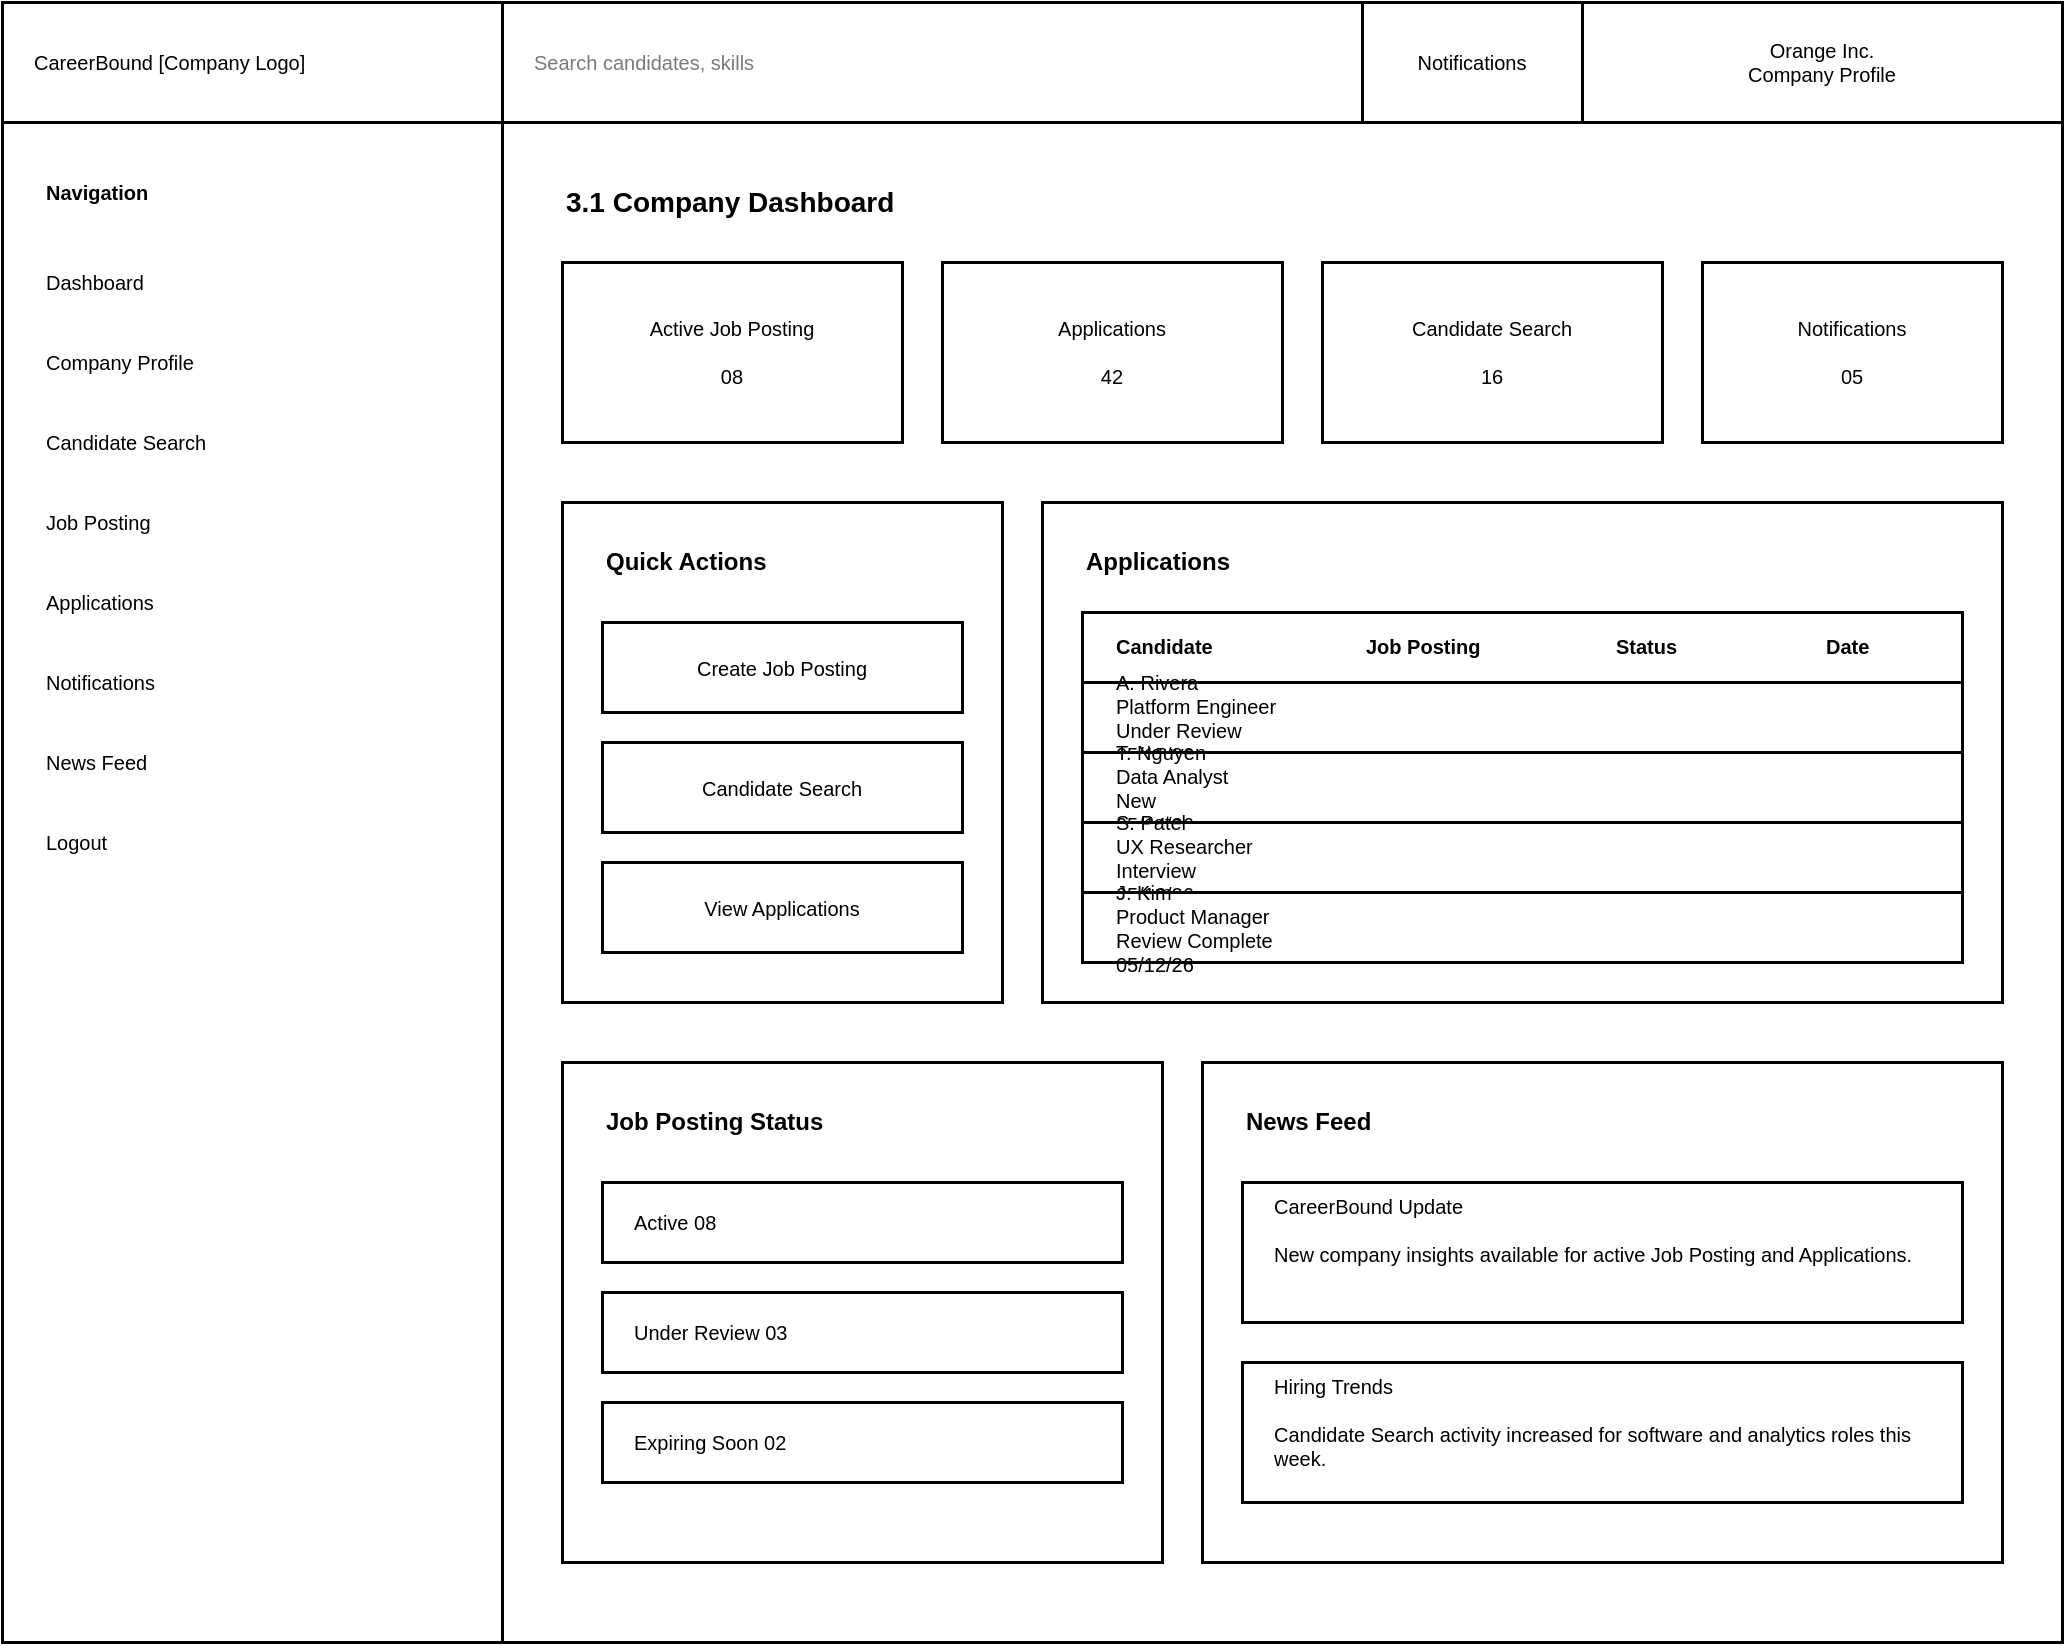
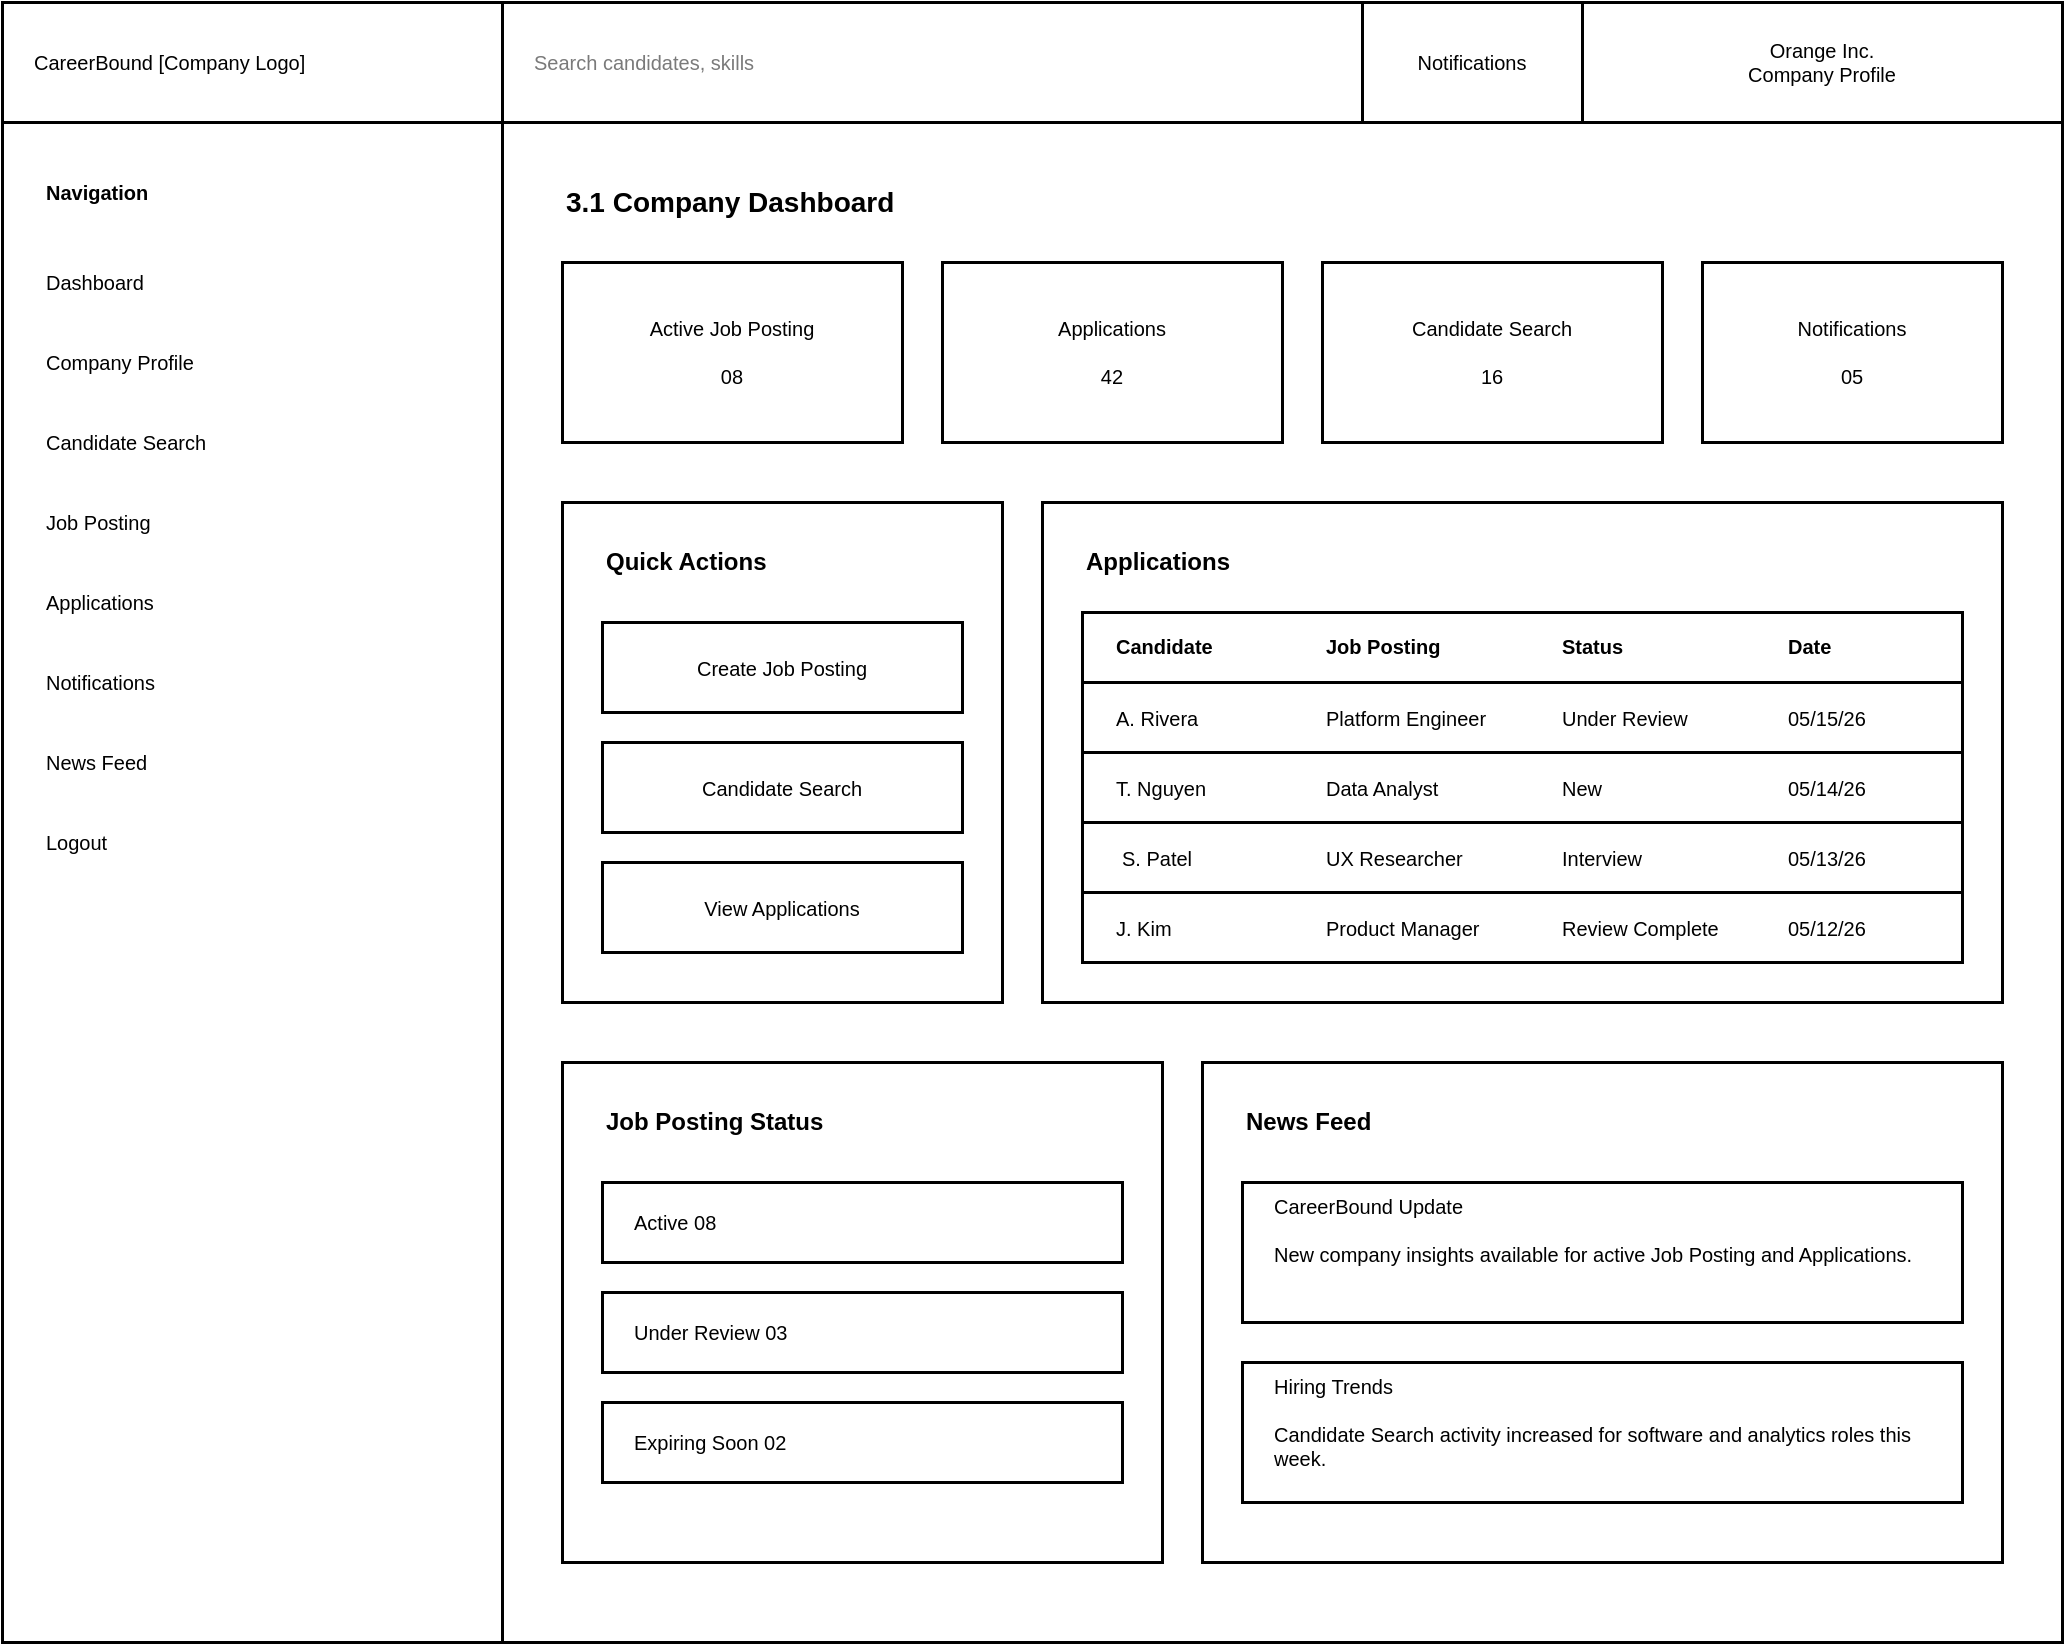
<mxfile host="app.diagrams.net">
  <diagram id="SBM2T6CompanyDashboardDesktopV01" name="Company Dashboard Desktop">
-     <mxGraphModel dx="1440" dy="900" grid="1" gridSize="10" guides="1" tooltips="1" connect="1" arrows="1" fold="1" page="1" pageScale="1" pageWidth="1100" pageHeight="850" math="0" shadow="0">
+     <mxGraphModel dx="857" dy="472" grid="1" gridSize="10" guides="1" tooltips="1" connect="1" arrows="1" fold="1" page="1" pageScale="1" pageWidth="1100" pageHeight="850" math="0" shadow="0">
      <root>
        <mxCell id="0" />
        <mxCell id="1" parent="0" />
        <mxCell id="page-frame" parent="1" style="rounded=0;whiteSpace=wrap;html=1;strokeWidth=1.5;fontFamily=Arial;" value="" vertex="1">
-           <mxGeometry x="40" y="40" width="1030" height="820" as="geometry" />
+           <mxGeometry height="820" width="1030" x="40" y="40" as="geometry" />
        </mxCell>
        <mxCell id="header-logo" parent="1" style="rounded=0;whiteSpace=wrap;html=1;strokeWidth=1.5;fontFamily=Arial;align=left;spacingLeft=14;fontSize=10;" value="CareerBound [Company Logo]" vertex="1">
-           <mxGeometry x="40" y="40" width="250" height="60" as="geometry" />
+           <mxGeometry height="60" width="250" x="40" y="40" as="geometry" />
        </mxCell>
        <mxCell id="header-search" parent="1" style="rounded=0;whiteSpace=wrap;html=1;strokeWidth=1.5;fontFamily=Arial;align=left;spacingLeft=14;fontSize=10;fontColor=#7A7A7A;" value="Search candidates, skills" vertex="1">
-           <mxGeometry x="290" y="40" width="430" height="60" as="geometry" />
+           <mxGeometry height="60" width="430" x="290" y="40" as="geometry" />
        </mxCell>
        <mxCell id="header-notifications" parent="1" style="rounded=0;whiteSpace=wrap;html=1;strokeWidth=1.5;fontFamily=Arial;align=center;verticalAlign=middle;fontSize=10;" value="Notifications" vertex="1">
-           <mxGeometry x="720" y="40" width="110" height="60" as="geometry" />
+           <mxGeometry height="60" width="110" x="720" y="40" as="geometry" />
        </mxCell>
        <mxCell id="header-company" parent="1" style="rounded=0;whiteSpace=wrap;html=1;strokeWidth=1.5;fontFamily=Arial;align=center;verticalAlign=middle;fontSize=10;" value="Orange Inc.&lt;br&gt;Company Profile" vertex="1">
-           <mxGeometry x="830" y="40" width="240" height="60" as="geometry" />
+           <mxGeometry height="60" width="240" x="830" y="40" as="geometry" />
        </mxCell>
        <mxCell id="sidebar" parent="1" style="rounded=0;whiteSpace=wrap;html=1;strokeWidth=1.5;fontFamily=Arial;" value="" vertex="1">
-           <mxGeometry x="40" y="100" width="250" height="760" as="geometry" />
+           <mxGeometry height="760" width="250" x="40" y="100" as="geometry" />
        </mxCell>
        <mxCell id="main-area" parent="1" style="rounded=0;whiteSpace=wrap;html=1;strokeWidth=1.5;fontFamily=Arial;" value="" vertex="1">
-           <mxGeometry x="290" y="100" width="780" height="760" as="geometry" />
+           <mxGeometry height="760" width="780" x="290" y="100" as="geometry" />
        </mxCell>
        <mxCell id="nav-title" parent="1" style="text;html=1;whiteSpace=wrap;strokeColor=none;fillColor=none;align=left;verticalAlign=middle;fontFamily=Arial;fontStyle=1;fontSize=10;" value="Navigation" vertex="1">
-           <mxGeometry x="60" y="125" width="120" height="20" as="geometry" />
+           <mxGeometry height="20" width="120" x="60" y="125" as="geometry" />
        </mxCell>
        <mxCell id="nav-dashboard" parent="1" style="text;html=1;whiteSpace=wrap;strokeColor=none;fillColor=none;align=left;verticalAlign=middle;fontFamily=Arial;fontSize=10;" value="Dashboard" vertex="1">
-           <mxGeometry x="60" y="170" width="160" height="20" as="geometry" />
+           <mxGeometry height="20" width="160" x="60" y="170" as="geometry" />
        </mxCell>
        <mxCell id="nav-company-profile" parent="1" style="text;html=1;whiteSpace=wrap;strokeColor=none;fillColor=none;align=left;verticalAlign=middle;fontFamily=Arial;fontSize=10;" value="Company Profile" vertex="1">
-           <mxGeometry x="60" y="210" width="160" height="20" as="geometry" />
+           <mxGeometry height="20" width="160" x="60" y="210" as="geometry" />
        </mxCell>
        <mxCell id="nav-candidate-search" parent="1" style="text;html=1;whiteSpace=wrap;strokeColor=none;fillColor=none;align=left;verticalAlign=middle;fontFamily=Arial;fontSize=10;" value="Candidate Search" vertex="1">
-           <mxGeometry x="60" y="250" width="160" height="20" as="geometry" />
+           <mxGeometry height="20" width="160" x="60" y="250" as="geometry" />
        </mxCell>
        <mxCell id="nav-job-posting" parent="1" style="text;html=1;whiteSpace=wrap;strokeColor=none;fillColor=none;align=left;verticalAlign=middle;fontFamily=Arial;fontSize=10;" value="Job Posting" vertex="1">
-           <mxGeometry x="60" y="290" width="160" height="20" as="geometry" />
+           <mxGeometry height="20" width="160" x="60" y="290" as="geometry" />
        </mxCell>
        <mxCell id="nav-applications" parent="1" style="text;html=1;whiteSpace=wrap;strokeColor=none;fillColor=none;align=left;verticalAlign=middle;fontFamily=Arial;fontSize=10;" value="Applications" vertex="1">
-           <mxGeometry x="60" y="330" width="160" height="20" as="geometry" />
+           <mxGeometry height="20" width="160" x="60" y="330" as="geometry" />
        </mxCell>
        <mxCell id="nav-notifications" parent="1" style="text;html=1;whiteSpace=wrap;strokeColor=none;fillColor=none;align=left;verticalAlign=middle;fontFamily=Arial;fontSize=10;" value="Notifications" vertex="1">
-           <mxGeometry x="60" y="370" width="160" height="20" as="geometry" />
+           <mxGeometry height="20" width="160" x="60" y="370" as="geometry" />
        </mxCell>
        <mxCell id="nav-news-feed" parent="1" style="text;html=1;whiteSpace=wrap;strokeColor=none;fillColor=none;align=left;verticalAlign=middle;fontFamily=Arial;fontSize=10;" value="News Feed" vertex="1">
-           <mxGeometry x="60" y="410" width="160" height="20" as="geometry" />
+           <mxGeometry height="20" width="160" x="60" y="410" as="geometry" />
        </mxCell>
        <mxCell id="nav-logout" parent="1" style="text;html=1;whiteSpace=wrap;strokeColor=none;fillColor=none;align=left;verticalAlign=middle;fontFamily=Arial;fontSize=10;" value="Logout" vertex="1">
-           <mxGeometry x="60" y="450" width="160" height="20" as="geometry" />
+           <mxGeometry height="20" width="160" x="60" y="450" as="geometry" />
        </mxCell>
        <mxCell id="heading" parent="1" style="text;html=1;whiteSpace=wrap;strokeColor=none;fillColor=none;align=left;verticalAlign=middle;fontFamily=Arial;fontStyle=1;fontSize=14;" value="3.1 Company Dashboard" vertex="1">
-           <mxGeometry x="320" y="125" width="250" height="30" as="geometry" />
+           <mxGeometry height="30" width="250" x="320" y="125" as="geometry" />
        </mxCell>
        <mxCell id="card-active-job-posting" parent="1" style="rounded=0;whiteSpace=wrap;html=1;strokeWidth=1.5;fontFamily=Arial;fontSize=10;align=center;verticalAlign=middle;" value="Active Job Posting&lt;br&gt;&lt;br&gt;08" vertex="1">
-           <mxGeometry x="320" y="170" width="170" height="90" as="geometry" />
+           <mxGeometry height="90" width="170" x="320" y="170" as="geometry" />
        </mxCell>
        <mxCell id="card-applications" parent="1" style="rounded=0;whiteSpace=wrap;html=1;strokeWidth=1.5;fontFamily=Arial;fontSize=10;align=center;verticalAlign=middle;" value="Applications&lt;br&gt;&lt;br&gt;42" vertex="1">
-           <mxGeometry x="510" y="170" width="170" height="90" as="geometry" />
+           <mxGeometry height="90" width="170" x="510" y="170" as="geometry" />
        </mxCell>
        <mxCell id="card-candidate-search" parent="1" style="rounded=0;whiteSpace=wrap;html=1;strokeWidth=1.5;fontFamily=Arial;fontSize=10;align=center;verticalAlign=middle;" value="Candidate Search&lt;br&gt;&lt;br&gt;16" vertex="1">
-           <mxGeometry x="700" y="170" width="170" height="90" as="geometry" />
+           <mxGeometry height="90" width="170" x="700" y="170" as="geometry" />
        </mxCell>
        <mxCell id="card-notifications" parent="1" style="rounded=0;whiteSpace=wrap;html=1;strokeWidth=1.5;fontFamily=Arial;fontSize=10;align=center;verticalAlign=middle;" value="Notifications&lt;br&gt;&lt;br&gt;05" vertex="1">
-           <mxGeometry x="890" y="170" width="150" height="90" as="geometry" />
+           <mxGeometry height="90" width="150" x="890" y="170" as="geometry" />
        </mxCell>
        <mxCell id="quick-actions-panel" parent="1" style="rounded=0;whiteSpace=wrap;html=1;strokeWidth=1.5;fontFamily=Arial;" value="" vertex="1">
-           <mxGeometry x="320" y="290" width="220" height="250" as="geometry" />
+           <mxGeometry height="250" width="220" x="320" y="290" as="geometry" />
        </mxCell>
        <mxCell id="quick-actions-title" parent="1" style="text;html=1;whiteSpace=wrap;strokeColor=none;fillColor=none;align=left;verticalAlign=middle;fontFamily=Arial;fontStyle=1;fontSize=12;" value="Quick Actions" vertex="1">
-           <mxGeometry x="340" y="310" width="140" height="20" as="geometry" />
+           <mxGeometry height="20" width="140" x="340" y="310" as="geometry" />
        </mxCell>
        <mxCell id="quick-action-job-posting" parent="1" style="rounded=0;whiteSpace=wrap;html=1;strokeWidth=1.5;fontFamily=Arial;fontSize=10;align=center;verticalAlign=middle;" value="Create Job Posting" vertex="1">
-           <mxGeometry x="340" y="350" width="180" height="45" as="geometry" />
+           <mxGeometry height="45" width="180" x="340" y="350" as="geometry" />
        </mxCell>
        <mxCell id="quick-action-candidate-search" parent="1" style="rounded=0;whiteSpace=wrap;html=1;strokeWidth=1.5;fontFamily=Arial;fontSize=10;align=center;verticalAlign=middle;" value="Candidate Search" vertex="1">
-           <mxGeometry x="340" y="410" width="180" height="45" as="geometry" />
+           <mxGeometry height="45" width="180" x="340" y="410" as="geometry" />
        </mxCell>
        <mxCell id="quick-action-applications" parent="1" style="rounded=0;whiteSpace=wrap;html=1;strokeWidth=1.5;fontFamily=Arial;fontSize=10;align=center;verticalAlign=middle;" value="View Applications" vertex="1">
-           <mxGeometry x="340" y="470" width="180" height="45" as="geometry" />
+           <mxGeometry height="45" width="180" x="340" y="470" as="geometry" />
        </mxCell>
        <mxCell id="applications-panel" parent="1" style="rounded=0;whiteSpace=wrap;html=1;strokeWidth=1.5;fontFamily=Arial;" value="" vertex="1">
-           <mxGeometry x="560" y="290" width="480" height="250" as="geometry" />
+           <mxGeometry height="250" width="480" x="560" y="290" as="geometry" />
        </mxCell>
        <mxCell id="applications-title" parent="1" style="text;html=1;whiteSpace=wrap;strokeColor=none;fillColor=none;align=left;verticalAlign=middle;fontFamily=Arial;fontStyle=1;fontSize=12;" value="Applications" vertex="1">
-           <mxGeometry x="580" y="310" width="120" height="20" as="geometry" />
+           <mxGeometry height="20" width="120" x="580" y="310" as="geometry" />
        </mxCell>
        <mxCell id="table-header" parent="1" style="rounded=0;whiteSpace=wrap;html=1;strokeWidth=1.5;fontFamily=Arial;fontStyle=1;fontSize=10;" value="" vertex="1">
-           <mxGeometry x="580" y="345" width="440" height="35" as="geometry" />
+           <mxGeometry height="35" width="440" x="580" y="345" as="geometry" />
        </mxCell>
        <mxCell id="table-col-candidate" parent="1" style="text;html=1;whiteSpace=wrap;strokeColor=none;fillColor=none;align=left;verticalAlign=middle;fontFamily=Arial;fontStyle=1;fontSize=10;" value="Candidate" vertex="1">
-           <mxGeometry x="595" y="352" width="95" height="20" as="geometry" />
+           <mxGeometry height="20" width="95" x="595" y="352" as="geometry" />
        </mxCell>
        <mxCell id="table-col-job-posting" parent="1" style="text;html=1;whiteSpace=wrap;strokeColor=none;fillColor=none;align=left;verticalAlign=middle;fontFamily=Arial;fontStyle=1;fontSize=10;" value="Job Posting" vertex="1">
-           <mxGeometry x="720" y="352" width="95" height="20" as="geometry" />
+           <mxGeometry height="20" width="95" x="700" y="352" as="geometry" />
        </mxCell>
        <mxCell id="table-col-status" parent="1" style="text;html=1;whiteSpace=wrap;strokeColor=none;fillColor=none;align=left;verticalAlign=middle;fontFamily=Arial;fontStyle=1;fontSize=10;" value="Status" vertex="1">
-           <mxGeometry x="845" y="352" width="60" height="20" as="geometry" />
+           <mxGeometry height="20" width="60" x="817.5" y="352" as="geometry" />
        </mxCell>
        <mxCell id="table-col-date" parent="1" style="text;html=1;whiteSpace=wrap;strokeColor=none;fillColor=none;align=left;verticalAlign=middle;fontFamily=Arial;fontStyle=1;fontSize=10;" value="Date" vertex="1">
-           <mxGeometry x="950" y="352" width="50" height="20" as="geometry" />
+           <mxGeometry height="20" width="50" x="931" y="352" as="geometry" />
        </mxCell>
        <mxCell id="table-line-1" parent="1" style="rounded=0;whiteSpace=wrap;html=1;strokeWidth=1.5;fontFamily=Arial;" value="" vertex="1">
-           <mxGeometry x="580" y="380" width="440" height="35" as="geometry" />
+           <mxGeometry height="35" width="440" x="580" y="380" as="geometry" />
        </mxCell>
-         <mxCell id="table-line-1-text" parent="1" style="text;html=1;whiteSpace=wrap;strokeColor=none;fillColor=none;align=left;verticalAlign=middle;fontFamily=Arial;fontSize=10;" value="A. Rivera&lt;br&gt;Platform Engineer&lt;br&gt;Under Review&lt;br&gt;05/15/26" vertex="1">
-           <mxGeometry x="595" y="386" width="390" height="24" as="geometry" />
+         <mxCell id="table-line-1-text" parent="1" style="text;html=1;whiteSpace=wrap;strokeColor=none;fillColor=none;align=left;verticalAlign=middle;fontFamily=Arial;fontSize=10;movable=1;resizable=1;rotatable=1;deletable=1;editable=1;locked=0;connectable=1;" value="A. Rivera" vertex="1">
+           <mxGeometry height="24" width="55" x="595" y="386" as="geometry" />
        </mxCell>
        <mxCell id="table-line-2" parent="1" style="rounded=0;whiteSpace=wrap;html=1;strokeWidth=1.5;fontFamily=Arial;" value="" vertex="1">
-           <mxGeometry x="580" y="415" width="440" height="35" as="geometry" />
+           <mxGeometry height="35" width="440" x="580" y="415" as="geometry" />
        </mxCell>
-         <mxCell id="table-line-2-text" parent="1" style="text;html=1;whiteSpace=wrap;strokeColor=none;fillColor=none;align=left;verticalAlign=middle;fontFamily=Arial;fontSize=10;" value="T. Nguyen&lt;br&gt;Data Analyst&lt;br&gt;New&lt;br&gt;05/14/26" vertex="1">
-           <mxGeometry x="595" y="421" width="390" height="24" as="geometry" />
+         <mxCell id="table-line-2-text" parent="1" style="text;html=1;whiteSpace=wrap;strokeColor=none;fillColor=none;align=left;verticalAlign=middle;fontFamily=Arial;fontSize=10;" value="T. Nguyen" vertex="1">
+           <mxGeometry height="24" width="55" x="595" y="421" as="geometry" />
        </mxCell>
        <mxCell id="table-line-3" parent="1" style="rounded=0;whiteSpace=wrap;html=1;strokeWidth=1.5;fontFamily=Arial;" value="" vertex="1">
-           <mxGeometry x="580" y="450" width="440" height="35" as="geometry" />
+           <mxGeometry height="35" width="440" x="580" y="450" as="geometry" />
        </mxCell>
-         <mxCell id="table-line-3-text" parent="1" style="text;html=1;whiteSpace=wrap;strokeColor=none;fillColor=none;align=left;verticalAlign=middle;fontFamily=Arial;fontSize=10;" value="S. Patel&lt;br&gt;UX Researcher&lt;br&gt;Interview&lt;br&gt;05/13/26" vertex="1">
-           <mxGeometry x="595" y="456" width="390" height="24" as="geometry" />
+         <mxCell id="table-line-3-text" parent="1" style="text;html=1;whiteSpace=wrap;strokeColor=none;fillColor=none;align=center;verticalAlign=middle;fontFamily=Arial;fontSize=10;" value="S. Patel" vertex="1">
+           <mxGeometry height="24" width="45" x="595" y="456" as="geometry" />
        </mxCell>
        <mxCell id="table-line-4" parent="1" style="rounded=0;whiteSpace=wrap;html=1;strokeWidth=1.5;fontFamily=Arial;" value="" vertex="1">
-           <mxGeometry x="580" y="485" width="440" height="35" as="geometry" />
+           <mxGeometry height="35" width="440" x="580" y="485" as="geometry" />
        </mxCell>
-         <mxCell id="table-line-4-text" parent="1" style="text;html=1;whiteSpace=wrap;strokeColor=none;fillColor=none;align=left;verticalAlign=middle;fontFamily=Arial;fontSize=10;" value="J. Kim&lt;br&gt;Product Manager&lt;br&gt;Review Complete&lt;br&gt;05/12/26" vertex="1">
-           <mxGeometry x="595" y="491" width="405" height="24" as="geometry" />
+         <mxCell id="table-line-4-text" parent="1" style="text;html=1;whiteSpace=wrap;strokeColor=none;fillColor=none;align=left;verticalAlign=middle;fontFamily=Arial;fontSize=10;" value="J. Kim" vertex="1">
+           <mxGeometry height="24" width="45" x="595" y="490.5" as="geometry" />
        </mxCell>
        <mxCell id="job-posting-status-panel" parent="1" style="rounded=0;whiteSpace=wrap;html=1;strokeWidth=1.5;fontFamily=Arial;" value="" vertex="1">
-           <mxGeometry x="320" y="570" width="300" height="250" as="geometry" />
+           <mxGeometry height="250" width="300" x="320" y="570" as="geometry" />
        </mxCell>
        <mxCell id="job-posting-status-title" parent="1" style="text;html=1;whiteSpace=wrap;strokeColor=none;fillColor=none;align=left;verticalAlign=middle;fontFamily=Arial;fontStyle=1;fontSize=12;" value="Job Posting Status" vertex="1">
-           <mxGeometry x="340" y="590" width="160" height="20" as="geometry" />
+           <mxGeometry height="20" width="160" x="340" y="590" as="geometry" />
        </mxCell>
        <mxCell id="job-status-active" parent="1" style="rounded=0;whiteSpace=wrap;html=1;strokeWidth=1.5;fontFamily=Arial;fontSize=10;align=left;spacingLeft=14;" value="Active                              08" vertex="1">
-           <mxGeometry x="340" y="630" width="260" height="40" as="geometry" />
+           <mxGeometry height="40" width="260" x="340" y="630" as="geometry" />
        </mxCell>
        <mxCell id="job-status-under-review" parent="1" style="rounded=0;whiteSpace=wrap;html=1;strokeWidth=1.5;fontFamily=Arial;fontSize=10;align=left;spacingLeft=14;" value="Under Review                 03" vertex="1">
-           <mxGeometry x="340" y="685" width="260" height="40" as="geometry" />
+           <mxGeometry height="40" width="260" x="340" y="685" as="geometry" />
        </mxCell>
        <mxCell id="job-status-expiring-soon" parent="1" style="rounded=0;whiteSpace=wrap;html=1;strokeWidth=1.5;fontFamily=Arial;fontSize=10;align=left;spacingLeft=14;" value="Expiring Soon                 02" vertex="1">
-           <mxGeometry x="340" y="740" width="260" height="40" as="geometry" />
+           <mxGeometry height="40" width="260" x="340" y="740" as="geometry" />
        </mxCell>
        <mxCell id="news-feed-panel" parent="1" style="rounded=0;whiteSpace=wrap;html=1;strokeWidth=1.5;fontFamily=Arial;" value="" vertex="1">
-           <mxGeometry x="640" y="570" width="400" height="250" as="geometry" />
+           <mxGeometry height="250" width="400" x="640" y="570" as="geometry" />
        </mxCell>
        <mxCell id="news-feed-title" parent="1" style="text;html=1;whiteSpace=wrap;strokeColor=none;fillColor=none;align=left;verticalAlign=middle;fontFamily=Arial;fontStyle=1;fontSize=12;" value="News Feed" vertex="1">
-           <mxGeometry x="660" y="590" width="120" height="20" as="geometry" />
+           <mxGeometry height="20" width="120" x="660" y="590" as="geometry" />
        </mxCell>
        <mxCell id="news-item-1" parent="1" style="rounded=0;whiteSpace=wrap;html=1;strokeWidth=1.5;fontFamily=Arial;fontSize=10;align=left;spacingLeft=14;verticalAlign=top;" value="CareerBound Update&lt;br&gt;&lt;br&gt;New company insights available for active Job Posting and Applications." vertex="1">
-           <mxGeometry x="660" y="630" width="360" height="70" as="geometry" />
+           <mxGeometry height="70" width="360" x="660" y="630" as="geometry" />
        </mxCell>
        <mxCell id="news-item-2" parent="1" style="rounded=0;whiteSpace=wrap;html=1;strokeWidth=1.5;fontFamily=Arial;fontSize=10;align=left;spacingLeft=14;verticalAlign=top;" value="Hiring Trends&lt;br&gt;&lt;br&gt;Candidate Search activity increased for software and analytics roles this week." vertex="1">
-           <mxGeometry x="660" y="720" width="360" height="70" as="geometry" />
+           <mxGeometry height="70" width="360" x="660" y="720" as="geometry" />
+         </mxCell>
+         <mxCell id="3GReZ2ShI9HAD6-5e9Et-1" parent="1" style="text;html=1;whiteSpace=wrap;strokeColor=none;fillColor=none;align=left;verticalAlign=middle;fontFamily=Arial;fontSize=10;movable=1;resizable=1;rotatable=1;deletable=1;editable=1;locked=0;connectable=1;" value="Platform Engineer" vertex="1">
+           <mxGeometry height="24" width="90" x="700" y="386" as="geometry" />
+         </mxCell>
+         <mxCell id="3GReZ2ShI9HAD6-5e9Et-2" parent="1" style="text;html=1;whiteSpace=wrap;strokeColor=none;fillColor=none;align=left;verticalAlign=middle;fontFamily=Arial;fontSize=10;movable=1;resizable=1;rotatable=1;deletable=1;editable=1;locked=0;connectable=1;" value="Under Review" vertex="1">
+           <mxGeometry height="24" width="70" x="817.5" y="386" as="geometry" />
+         </mxCell>
+         <mxCell id="3GReZ2ShI9HAD6-5e9Et-3" parent="1" style="text;html=1;whiteSpace=wrap;strokeColor=none;fillColor=none;align=left;verticalAlign=middle;fontFamily=Arial;fontSize=10;movable=1;resizable=1;rotatable=1;deletable=1;editable=1;locked=0;connectable=1;" value="&lt;div&gt;05/15/26&lt;/div&gt;" vertex="1">
+           <mxGeometry height="24" width="70" x="931" y="386" as="geometry" />
+         </mxCell>
+         <mxCell id="3GReZ2ShI9HAD6-5e9Et-5" parent="1" style="text;html=1;whiteSpace=wrap;strokeColor=none;fillColor=none;align=left;verticalAlign=middle;fontFamily=Arial;fontSize=10;" value="Data Analyst" vertex="1">
+           <mxGeometry height="24" width="75" x="700" y="421" as="geometry" />
+         </mxCell>
+         <mxCell id="3GReZ2ShI9HAD6-5e9Et-6" parent="1" style="text;html=1;whiteSpace=wrap;strokeColor=none;fillColor=none;align=left;verticalAlign=middle;fontFamily=Arial;fontSize=10;" value="New" vertex="1">
+           <mxGeometry height="24" width="75" x="817.5" y="421" as="geometry" />
+         </mxCell>
+         <mxCell id="3GReZ2ShI9HAD6-5e9Et-7" parent="1" style="text;html=1;whiteSpace=wrap;strokeColor=none;fillColor=none;align=left;verticalAlign=middle;fontFamily=Arial;fontSize=10;" value="05/14/26" vertex="1">
+           <mxGeometry height="24" width="75" x="931" y="421" as="geometry" />
+         </mxCell>
+         <mxCell id="3GReZ2ShI9HAD6-5e9Et-8" parent="1" style="text;html=1;whiteSpace=wrap;strokeColor=none;fillColor=none;align=left;verticalAlign=middle;fontFamily=Arial;fontSize=10;" value="UX Researcher" vertex="1">
+           <mxGeometry height="24" width="90" x="700" y="456" as="geometry" />
+         </mxCell>
+         <mxCell id="3GReZ2ShI9HAD6-5e9Et-9" parent="1" style="text;html=1;whiteSpace=wrap;strokeColor=none;fillColor=none;align=left;verticalAlign=middle;fontFamily=Arial;fontSize=10;" value="Interview" vertex="1">
+           <mxGeometry height="24" width="90" x="817.5" y="456" as="geometry" />
+         </mxCell>
+         <mxCell id="3GReZ2ShI9HAD6-5e9Et-10" parent="1" style="text;html=1;whiteSpace=wrap;strokeColor=none;fillColor=none;align=left;verticalAlign=middle;fontFamily=Arial;fontSize=10;" value="05/13/26" vertex="1">
+           <mxGeometry height="24" width="59" x="931" y="456" as="geometry" />
+         </mxCell>
+         <mxCell id="3GReZ2ShI9HAD6-5e9Et-11" parent="1" style="text;html=1;whiteSpace=wrap;strokeColor=none;fillColor=none;align=left;verticalAlign=middle;fontFamily=Arial;fontSize=10;" value="&lt;div&gt;Product Manager&lt;/div&gt;" vertex="1">
+           <mxGeometry height="24" width="110" x="700" y="490.5" as="geometry" />
+         </mxCell>
+         <mxCell id="3GReZ2ShI9HAD6-5e9Et-12" parent="1" style="text;html=1;whiteSpace=wrap;strokeColor=none;fillColor=none;align=left;verticalAlign=middle;fontFamily=Arial;fontSize=10;" value="&lt;div&gt;Review Complete&lt;/div&gt;" vertex="1">
+           <mxGeometry height="24" width="110" x="817.5" y="490.5" as="geometry" />
+         </mxCell>
+         <mxCell id="3GReZ2ShI9HAD6-5e9Et-13" parent="1" style="text;html=1;whiteSpace=wrap;strokeColor=none;fillColor=none;align=left;verticalAlign=middle;fontFamily=Arial;fontSize=10;" value="05/12/26" vertex="1">
+           <mxGeometry height="24" width="70" x="931" y="490.5" as="geometry" />
        </mxCell>
      </root>
    </mxGraphModel>
  </diagram>
</mxfile>
